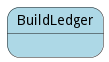
Before: docs/edgemere/aml/ds/pm/models/buildledger/statenet.png, a diagram exported from PlantUML (madajaju/edgemere).
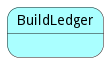
Above is the later version.

The edit, as a diff of the source:
```diff
@@ -2,7 +2,7 @@
 
 
 
-state BuildLedger #lightblue {
+state BuildLedger #aaffff {
 
 
 
```
